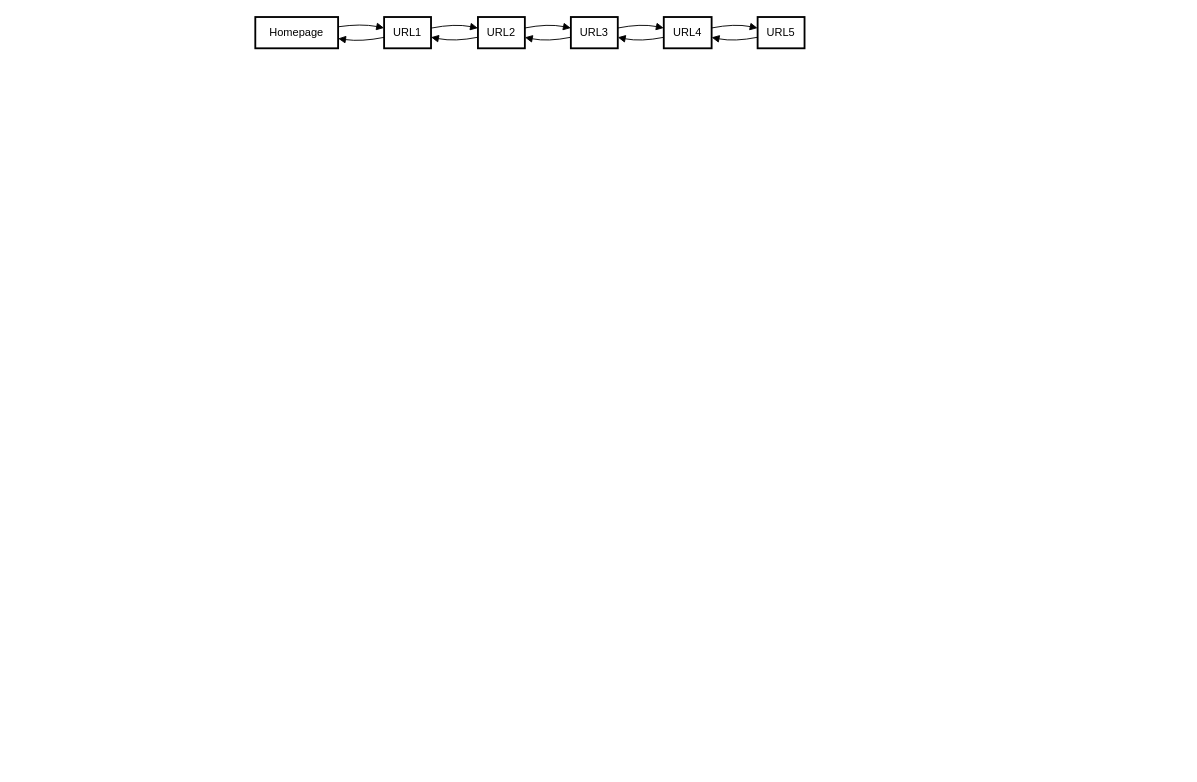
This is Design Browse History/Design Browser History.drawio from NotDiego7/DSA, a draw.io file, before an edit. Source tidied: cells renumbered, new cells numbered last; positions are measured from the earlier drawing's top-left corner, leaving out a move shared by most shapes. Both pictures are drawn from the tidied source at 92%, with x=0, y=0 at pixel (255, 17).
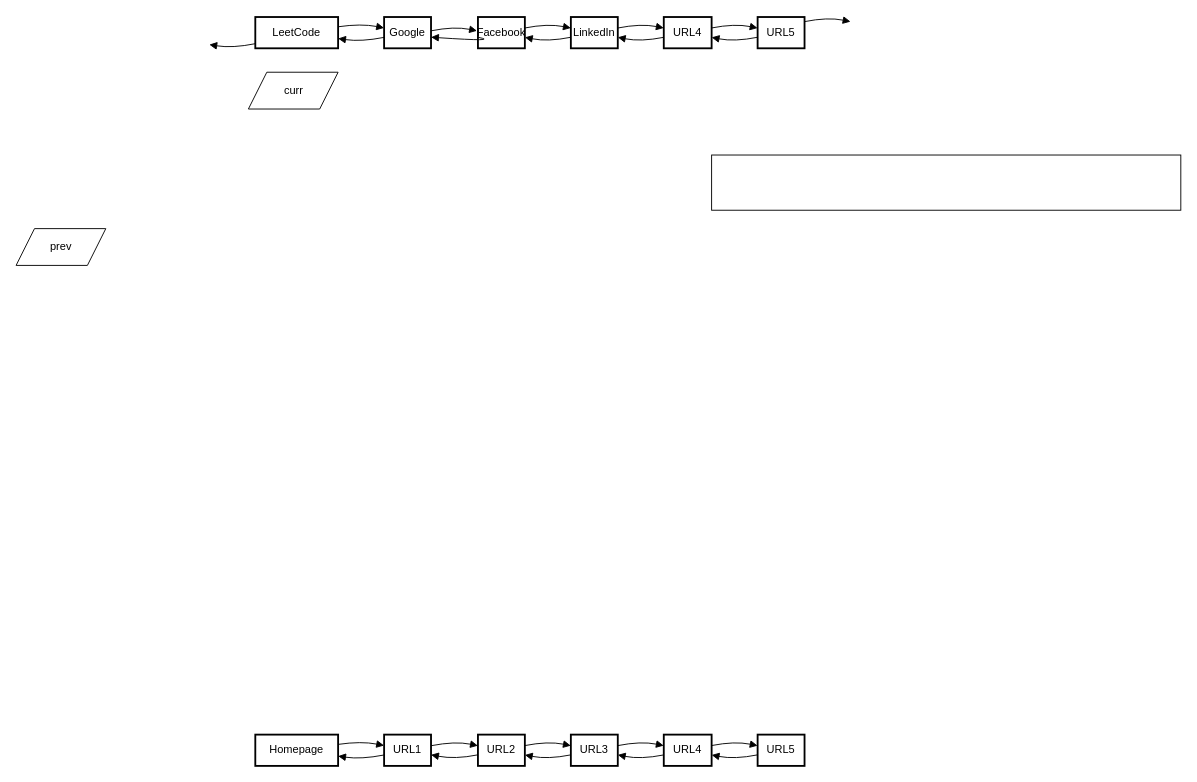
After the change.

Change to the diagram source:
```diff
@@
-    <mxCell id="2" value="Homepage" style="whiteSpace=wrap;strokeWidth=2;" parent="1" vertex="1">
+    <mxCell id="2" value="LeetCode" style="whiteSpace=wrap;strokeWidth=2;" parent="1" vertex="1">
       <mxGeometry width="90" height="34" as="geometry" />
     </mxCell>
-    <mxCell id="3" value="URL1" style="whiteSpace=wrap;strokeWidth=2;" parent="1" vertex="1">
+    <mxCell id="3" value="Google" style="whiteSpace=wrap;strokeWidth=2;" parent="1" vertex="1">
       <mxGeometry x="140" width="51" height="34" as="geometry" />
     </mxCell>
-    <mxCell id="4" value="URL2" style="whiteSpace=wrap;strokeWidth=2;" parent="1" vertex="1">
+    <mxCell id="4" value="Facebook" style="whiteSpace=wrap;strokeWidth=2;" parent="1" vertex="1">
       <mxGeometry x="242" width="51" height="34" as="geometry" />
     </mxCell>
-    <mxCell id="5" value="URL3" style="whiteSpace=wrap;strokeWidth=2;" parent="1" vertex="1">
+    <mxCell id="5" value="LinkedIn" style="whiteSpace=wrap;strokeWidth=2;" parent="1" vertex="1">
       <mxGeometry x="343" width="51" height="34" as="geometry" />
     </mxCell>
@@
-    <mxCell id="8" style="curved=1;startArrow=none;endArrow=block;exitX=1.0046006944444446;exitY=0.3106146147325563;entryX=0.008118872549019608;entryY=0.35121534716418995;" parent="1" edge="1" source="2" target="3">
+    <mxCell id="8" style="curved=1;startArrow=none;endArrow=block;exitX=1.0046006944444446;exitY=0.3106146147325563;entryX=0.008118872549019608;entryY=0.35121534716418995;" parent="1" edge="1" target="3">
       <mxGeometry relative="1" as="geometry">
+        <mxPoint x="90" y="10.6" as="sourcePoint" />
         <Array as="points">
           <mxPoint x="115" y="7" />
         </Array>
       </mxGeometry>
     </mxCell>
-    <mxCell id="9" style="curved=1;startArrow=none;endArrow=block;exitX=1.0117953431372548;exitY=0.35121534716418995;entryX=-0.0078125;entryY=0.35121534716418995;" parent="1" edge="1" source="3" target="4">
-      <mxGeometry relative="1" as="geometry">
-        <Array as="points">
-          <mxPoint x="217" y="7" />
-        </Array>
-      </mxGeometry>
-    </mxCell>
@@
     <mxCell id="16" style="curved=1;startArrow=none;endArrow=block;exitX=-0.0078125;exitY=0.6487846528358101;entryX=1.0117953431372548;entryY=0.6487846528358101;" parent="1" edge="1" source="4" target="3">
       <mxGeometry relative="1" as="geometry">
         <Array as="points">
-          <mxPoint x="217" y="27" />
+          <mxPoint x="267" y="27" />
         </Array>
       </mxGeometry>
     </mxCell>
-    <mxCell id="17" style="curved=1;startArrow=none;endArrow=block;exitX=0.008118872549019608;exitY=0.6487846528358101;entryX=1.0046006944444446;entryY=0.6893853852674436;" parent="1" edge="1" source="3" target="2">
+    <mxCell id="17" style="curved=1;startArrow=none;endArrow=block;exitX=0.008118872549019608;exitY=0.6487846528358101;entryX=1.0046006944444446;entryY=0.6893853852674436;" parent="1" edge="1" source="3">
       <mxGeometry relative="1" as="geometry">
+        <mxPoint x="90" y="23.4" as="targetPoint" />
         <Array as="points">
           <mxPoint x="115" y="27" />
         </Array>
       </mxGeometry>
     </mxCell>
+    <mxCell id="18" value="Homepage" style="whiteSpace=wrap;strokeWidth=2;" parent="1" vertex="1">
+      <mxGeometry y="780" width="90" height="34" as="geometry" />
+    </mxCell>
+    <mxCell id="19" value="URL1" style="whiteSpace=wrap;strokeWidth=2;" parent="1" vertex="1">
+      <mxGeometry x="140" y="780" width="51" height="34" as="geometry" />
+    </mxCell>
+    <mxCell id="20" value="URL2" style="whiteSpace=wrap;strokeWidth=2;" parent="1" vertex="1">
+      <mxGeometry x="242" y="780" width="51" height="34" as="geometry" />
+    </mxCell>
+    <mxCell id="21" value="URL3" style="whiteSpace=wrap;strokeWidth=2;" parent="1" vertex="1">
+      <mxGeometry x="343" y="780" width="51" height="34" as="geometry" />
+    </mxCell>
+    <mxCell id="22" value="URL4" style="whiteSpace=wrap;strokeWidth=2;" parent="1" vertex="1">
+      <mxGeometry x="444" y="780" width="52" height="34" as="geometry" />
+    </mxCell>
+    <mxCell id="23" value="URL5" style="whiteSpace=wrap;strokeWidth=2;" parent="1" vertex="1">
+      <mxGeometry x="546" y="780" width="51" height="34" as="geometry" />
+    </mxCell>
+    <mxCell id="24" style="curved=1;startArrow=none;endArrow=block;exitX=1.0046006944444446;exitY=0.3106146147325563;entryX=0.008118872549019608;entryY=0.35121534716418995;" parent="1" edge="1" source="18" target="19">
+      <mxGeometry relative="1" as="geometry">
+        <Array as="points">
+          <mxPoint x="115" y="787" />
+        </Array>
+      </mxGeometry>
+    </mxCell>
+    <mxCell id="25" style="curved=1;startArrow=none;endArrow=block;exitX=1.0117953431372548;exitY=0.35121534716418995;entryX=-0.0078125;entryY=0.35121534716418995;" parent="1" edge="1" source="19" target="20">
+      <mxGeometry relative="1" as="geometry">
+        <Array as="points">
+          <mxPoint x="217" y="787" />
+        </Array>
+      </mxGeometry>
+    </mxCell>
+    <mxCell id="26" style="curved=1;startArrow=none;endArrow=block;exitX=0.9958639705882353;exitY=0.35121534716418995;entryX=-0.004136029411764706;entryY=0.35121534716418995;" parent="1" edge="1" source="20" target="21">
+      <mxGeometry relative="1" as="geometry">
+        <Array as="points">
+          <mxPoint x="318" y="787" />
+        </Array>
+      </mxGeometry>
+    </mxCell>
+    <mxCell id="27" style="curved=1;startArrow=none;endArrow=block;exitX=0.9995404411764706;exitY=0.35121534716418995;entryX=-0.00045072115384615387;entryY=0.3503564446731951;" parent="1" edge="1" source="21" target="22">
+      <mxGeometry relative="1" as="geometry">
+        <Array as="points">
+          <mxPoint x="419" y="787" />
+        </Array>
+      </mxGeometry>
+    </mxCell>
+    <mxCell id="28" style="curved=1;startArrow=none;endArrow=block;exitX=0.9954927884615384;exitY=0.3503564446731951;entryX=-0.004595588235294118;entryY=0.35121534716418995;" parent="1" edge="1" source="22" target="23">
+      <mxGeometry relative="1" as="geometry">
+        <Array as="points">
+          <mxPoint x="521" y="787" />
+        </Array>
+      </mxGeometry>
+    </mxCell>
+    <mxCell id="29" style="curved=1;startArrow=none;endArrow=block;exitX=-0.004595588235294118;exitY=0.6487846528358101;entryX=0.9954927884615384;entryY=0.649643555326805;" parent="1" edge="1" source="23" target="22">
+      <mxGeometry relative="1" as="geometry">
+        <Array as="points">
+          <mxPoint x="521" y="807" />
+        </Array>
+      </mxGeometry>
+    </mxCell>
+    <mxCell id="30" style="curved=1;startArrow=none;endArrow=block;exitX=-0.00045072115384615387;exitY=0.649643555326805;entryX=0.9995404411764706;entryY=0.6487846528358101;" parent="1" edge="1" source="22" target="21">
+      <mxGeometry relative="1" as="geometry">
+        <Array as="points">
+          <mxPoint x="419" y="807" />
+        </Array>
+      </mxGeometry>
+    </mxCell>
+    <mxCell id="31" style="curved=1;startArrow=none;endArrow=block;exitX=-0.004136029411764706;exitY=0.6487846528358101;entryX=0.9958639705882353;entryY=0.6487846528358101;" parent="1" edge="1" source="21" target="20">
+      <mxGeometry relative="1" as="geometry">
+        <Array as="points">
+          <mxPoint x="318" y="807" />
+        </Array>
+      </mxGeometry>
+    </mxCell>
+    <mxCell id="32" style="curved=1;startArrow=none;endArrow=block;exitX=-0.0078125;exitY=0.6487846528358101;entryX=1.0117953431372548;entryY=0.6487846528358101;" parent="1" edge="1" source="20" target="19">
+      <mxGeometry relative="1" as="geometry">
+        <Array as="points">
+          <mxPoint x="217" y="807" />
+        </Array>
+      </mxGeometry>
+    </mxCell>
+    <mxCell id="33" style="curved=1;startArrow=none;endArrow=block;exitX=0.008118872549019608;exitY=0.6487846528358101;entryX=1.0046006944444446;entryY=0.6893853852674436;" parent="1" edge="1" source="19" target="18">
+      <mxGeometry relative="1" as="geometry">
+        <Array as="points">
+          <mxPoint x="115" y="807" />
+        </Array>
+      </mxGeometry>
+    </mxCell>
+    <mxCell id="34" style="curved=1;startArrow=none;endArrow=block;exitX=0.008118872549019608;exitY=0.6487846528358101;entryX=1.0046006944444446;entryY=0.6893853852674436;" parent="1" edge="1">
+      <mxGeometry relative="1" as="geometry">
+        <mxPoint y="29" as="sourcePoint" />
+        <mxPoint x="-50" y="30" as="targetPoint" />
+        <Array as="points">
+          <mxPoint x="-25" y="34" />
+        </Array>
+      </mxGeometry>
+    </mxCell>
+    <mxCell id="35" style="curved=1;startArrow=none;endArrow=block;exitX=0.9954927884615384;exitY=0.3503564446731951;entryX=-0.004595588235294118;entryY=0.35121534716418995;" parent="1" edge="1">
+      <mxGeometry relative="1" as="geometry">
+        <mxPoint x="597" y="5" as="sourcePoint" />
+        <mxPoint x="647" y="5" as="targetPoint" />
+        <Array as="points">
+          <mxPoint x="622" />
+        </Array>
+      </mxGeometry>
+    </mxCell>
+    <mxCell id="36" style="rounded=0;whiteSpace=wrap;html=1;" parent="1" vertex="1">
+      <mxGeometry x="496" y="150" width="510" height="60" as="geometry" />
+    </mxCell>
+    <mxCell id="37" style="curved=1;startArrow=none;endArrow=block;exitX=0.9958639705882353;exitY=0.35121534716418995;entryX=-0.004136029411764706;entryY=0.35121534716418995;" parent="1" edge="1">
+      <mxGeometry relative="1" as="geometry">
+        <mxPoint x="191" y="15" as="sourcePoint" />
+        <mxPoint x="241" y="15" as="targetPoint" />
+        <Array as="points">
+          <mxPoint x="216" y="10" />
+        </Array>
+      </mxGeometry>
+    </mxCell>
+    <mxCell id="38" value="curr" style="shape=parallelogram;perimeter=parallelogramPerimeter;whiteSpace=wrap;html=1;fixedSize=1;" parent="1" vertex="1">
+      <mxGeometry x="-7.5" y="60" width="97.5" height="40" as="geometry" />
+    </mxCell>
+    <mxCell id="39" value="prev" style="shape=parallelogram;perimeter=parallelogramPerimeter;whiteSpace=wrap;html=1;fixedSize=1;" parent="1" vertex="1">
+      <mxGeometry x="-260" y="230" width="97.5" height="40" as="geometry" />
+    </mxCell>
```
